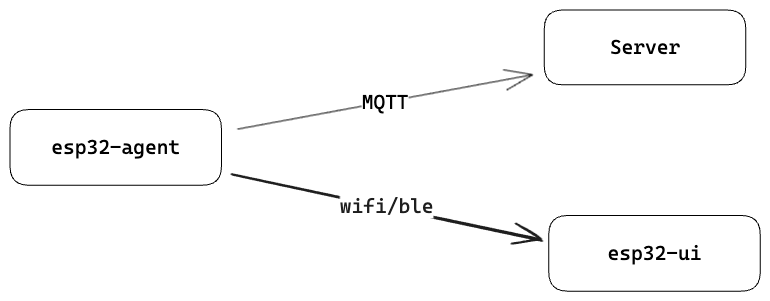
The Excalidraw diagram .excalidraw.png in motoboxcn/motobox-esp32, before a commit. Source tidied: one line per element, renumbered; positions are measured from the earlier drawing's top-left corner, leaving out a move shared by most shapes.
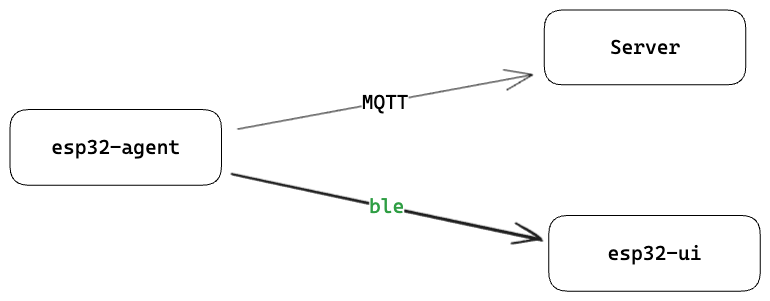
The same file after the commit.

What changed in the source:
```diff
@@ -6,5 +6,5 @@
 {"id": 5, "type": "text", "text": "MQTT", "strokeColor": "#000000", "strokeWidth": 1, "roughness": 0, "fontSize": 20, "fontFamily": 3, "textAlign": "center", "verticalAlign": "middle", "inside": 4, "x": 342, "y": 87, "width": 47, "height": 24}
 {"id": 6, "type": "rectangle", "strokeColor": "#000000", "strokeWidth": 1, "roughness": 0, "round": true, "x": 539, "y": 205, "width": 211, "height": 76}
 {"id": 7, "type": "text", "text": "esp32-ui", "strokeColor": "#000000", "strokeWidth": 1, "roughness": 0, "fontSize": 20, "fontFamily": 3, "textAlign": "center", "verticalAlign": "middle", "inside": 6, "x": 598, "y": 231, "width": 94, "height": 24}
-{"id": 8, "type": "arrow", "strokeColor": "#1e1e1e", "strokeWidth": 2, "roughness": 1, "endArrowhead": "arrow", "round": true, "from": 0, "to": 6, "x": 222, "y": 164, "width": 309, "height": 66, "points": [[0, 0], [309, 66]]}
+{"id": 8, "type": "arrow", "strokeColor": "#1e1e1e", "strokeWidth": 2, "roughness": 1, "endArrowhead": "arrow", "round": true, "from": 0, "to": 6, "x": 222, "y": 163, "width": 309, "height": 66, "points": [[0, 0], [309, 66]]}
-{"id": 9, "type": "text", "text": "wifi/ble", "strokeColor": "#1e1e1e", "strokeWidth": 2, "roughness": 1, "fontSize": 20, "fontFamily": 3, "textAlign": "center", "verticalAlign": "middle", "inside": 8, "x": 316, "y": 205, "width": 94, "height": 24}
+{"id": 9, "type": "text", "text": "ble", "strokeColor": "#2f9e44", "strokeWidth": 2, "roughness": 1, "fontSize": 20, "fontFamily": 3, "textAlign": "center", "verticalAlign": "middle", "inside": 8, "x": 359, "y": 184, "width": 35, "height": 24}
```
